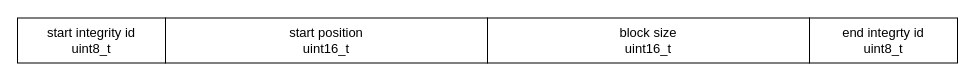
Before: schematic/05-sw-IPC-data.drawio in petrkucerak/diplom-thesis, a draw.io diagram. Source tidied: cells renumbered, new cells numbered last; positions are measured from the earlier drawing's top-left corner, leaving out a move shared by most shapes. Both pictures are drawn from the tidied source at 100%, with x=0, y=0 at pixel (17, 18).
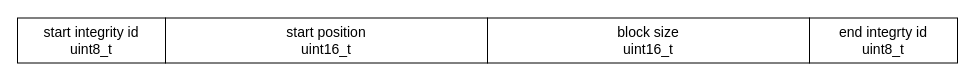
The same diagram, later.

Change to the diagram source:
```diff
@@
 <mxGraphModel>
   <root>
     <mxCell id="0" />
     <mxCell id="1" parent="0" />
-    <mxCell id="2" value="start integrity id&lt;div&gt;uint8_t&lt;/div&gt;" style="text;html=1;align=center;verticalAlign=middle;whiteSpace=wrap;rounded=0;strokeColor=default;fontSize=13;" parent="1" vertex="1">
+    <mxCell id="2" value="start integrity id&lt;div&gt;uint8_t&lt;/div&gt;" style="text;html=1;align=center;verticalAlign=middle;whiteSpace=wrap;rounded=0;strokeColor=default;fontSize=14;" parent="1" vertex="1">
       <mxGeometry y="-0.5" width="148" height="45" as="geometry" />
     </mxCell>
-    <mxCell id="3" value="&lt;span style=&quot;color: rgb(0, 0, 0);&quot;&gt;end integrty id&lt;/span&gt;&lt;div&gt;uint8_t&lt;/div&gt;" style="text;html=1;align=center;verticalAlign=middle;whiteSpace=wrap;rounded=0;strokeColor=default;fontSize=13;" parent="1" vertex="1">
+    <mxCell id="3" value="&lt;span style=&quot;color: rgb(0, 0, 0);&quot;&gt;end integrty id&lt;/span&gt;&lt;div&gt;uint8_t&lt;/div&gt;" style="text;html=1;align=center;verticalAlign=middle;whiteSpace=wrap;rounded=0;strokeColor=default;fontSize=14;" parent="1" vertex="1">
       <mxGeometry x="792" y="-0.5" width="148" height="45" as="geometry" />
     </mxCell>
-    <mxCell id="4" value="&lt;span style=&quot;color: rgb(0, 0, 0);&quot;&gt;start position&lt;/span&gt;&lt;div&gt;uint16_t&lt;/div&gt;" style="text;html=1;align=center;verticalAlign=middle;whiteSpace=wrap;rounded=0;strokeColor=default;fontSize=13;" parent="1" vertex="1">
+    <mxCell id="4" value="&lt;span style=&quot;color: rgb(0, 0, 0);&quot;&gt;start position&lt;/span&gt;&lt;div&gt;uint16_t&lt;/div&gt;" style="text;html=1;align=center;verticalAlign=middle;whiteSpace=wrap;rounded=0;strokeColor=default;fontSize=14;" parent="1" vertex="1">
       <mxGeometry x="148" y="-0.5" width="322" height="45" as="geometry" />
     </mxCell>
-    <mxCell id="5" value="&lt;span style=&quot;color: rgb(0, 0, 0);&quot;&gt;block size&lt;/span&gt;&lt;div&gt;uint16_t&lt;/div&gt;" style="text;html=1;align=center;verticalAlign=middle;whiteSpace=wrap;rounded=0;strokeColor=default;fontSize=13;" parent="1" vertex="1">
+    <mxCell id="5" value="&lt;span style=&quot;color: rgb(0, 0, 0);&quot;&gt;block size&lt;/span&gt;&lt;div&gt;uint16_t&lt;/div&gt;" style="text;html=1;align=center;verticalAlign=middle;whiteSpace=wrap;rounded=0;strokeColor=default;fontSize=14;" parent="1" vertex="1">
       <mxGeometry x="470" y="-0.5" width="322" height="45" as="geometry" />
     </mxCell>
   </root>
 </mxGraphModel>
```
